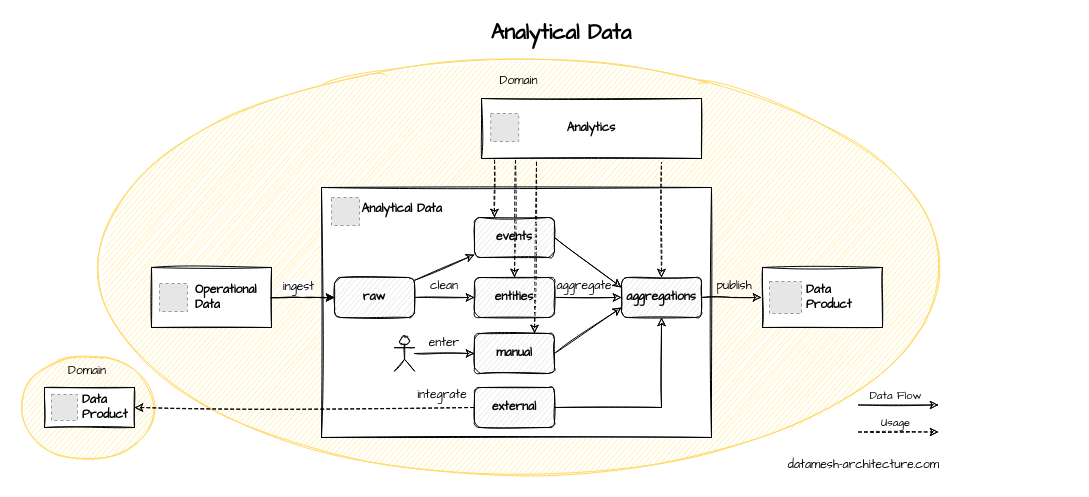
Before: diagrams/analyticaldata.drawio in datamesh-architecture/datamesh-architecture.com, a draw.io diagram. Source tidied: cells renumbered, new cells numbered last; positions are measured from the earlier drawing's top-left corner, leaving out a move shared by most shapes. Both pictures are drawn from the tidied source at 100%, with x=0, y=0 at pixel (17, 17). Pictures stored in the file or linked from it are replaced by grey dashed boxes.
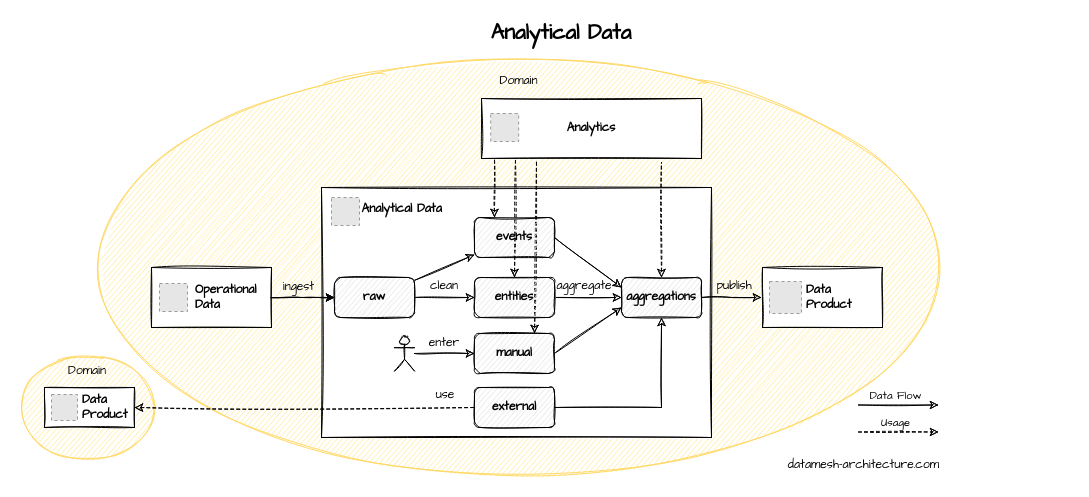
Above is the later version.

The change refers to these unchanged cells:
```xml
<mxCell id="6" style="edgeStyle=orthogonalEdgeStyle;rounded=0;jettySize=auto;html=1;startArrow=classic;startFill=1;endArrow=none;endFill=0;exitX=0;exitY=0.5;exitDx=0;exitDy=0;fontFamily=Architects Daughter;sketch=1;" parent="1" edge="1" source="14">
  <mxGeometry relative="1" as="geometry">
    <mxPoint x="251" y="280" as="targetPoint" />
  </mxGeometry>
</mxCell>
```

Change to the diagram source:
```diff
@@
-    <mxCell id="7" value="ingest" style="edgeLabel;html=1;align=center;verticalAlign=middle;fontFamily=Architects Daughter;sketch=1;fontSize=12;" parent="6" vertex="1">
+    <mxCell id="7" value="ingest" style="edgeLabel;html=1;align=center;verticalAlign=middle;fontFamily=Architects Daughter;sketch=1;fontSize=12;labelBackgroundColor=none;" parent="6" vertex="1">
       <mxGeometry x="-0.07" y="2" relative="1" as="geometry">
         <mxPoint x="-6" y="-13" as="offset" />
       </mxGeometry>
     </mxCell>
@@
-    <mxCell id="48" value="integrate" style="text;html=1;strokeColor=none;fillColor=none;align=center;verticalAlign=middle;whiteSpace=wrap;rounded=0;fontFamily=Architects Daughter;sketch=1;" parent="1" vertex="1">
-      <mxGeometry x="395" y="363" width="60" height="30" as="geometry" />
+    <mxCell id="48" value="use" style="text;html=1;strokeColor=none;fillColor=none;align=center;verticalAlign=middle;whiteSpace=wrap;rounded=0;fontFamily=Architects Daughter;sketch=1;" parent="1" vertex="1">
+      <mxGeometry x="398" y="363" width="60" height="30" as="geometry" />
     </mxCell>
```
